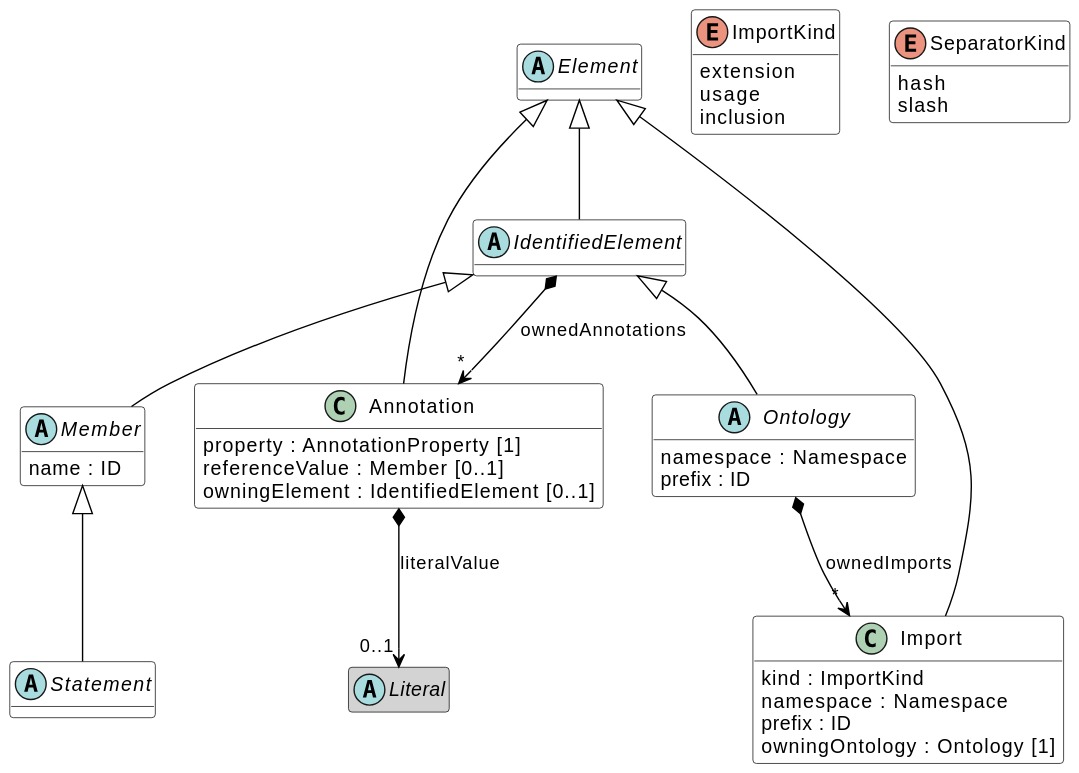
opencaesar/oml keeps this PlantUML diagram as images/oml-Elements.svg. Above is the earlier version.
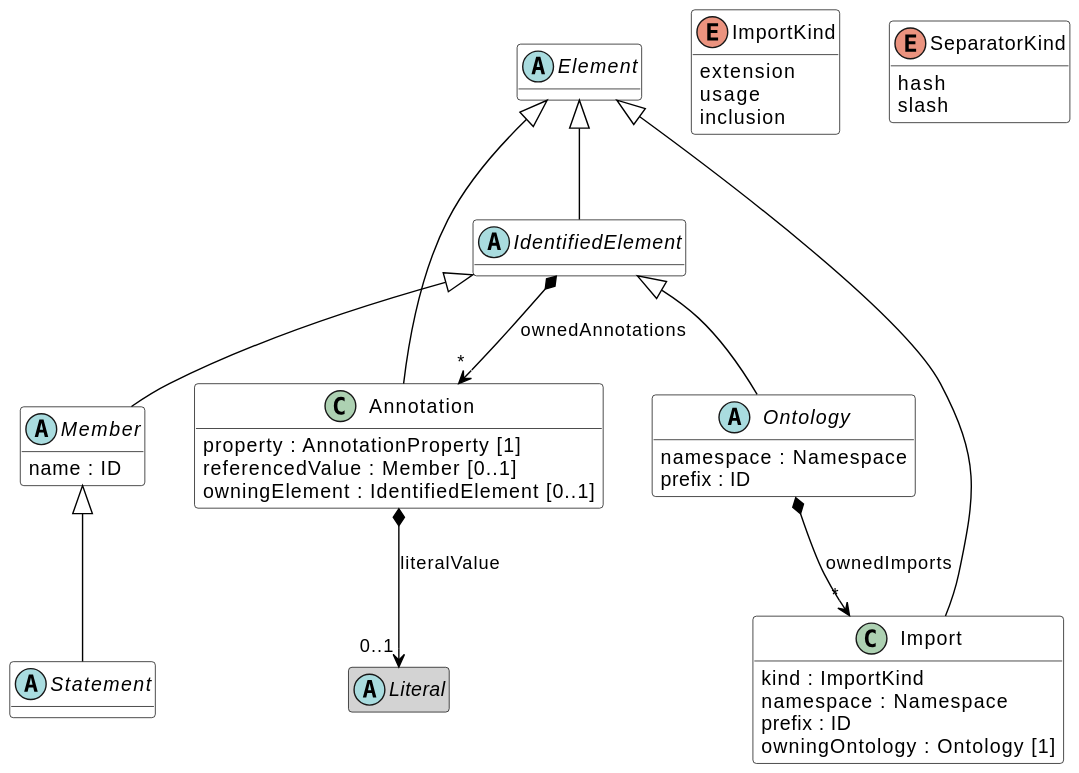
The same file after the commit.

Change to the diagram source:
```diff
@@ -6,7 +6,7 @@
 hide methods
 class Annotation [[#Annotation]] #white {
 	property : AnnotationProperty [1]
-	referenceValue : Member [0..1]
+	referencedValue : Member [0..1]
 	owningElement : IdentifiedElement [0..1]
 }
 abstract class Literal [[#Literal]]
```
